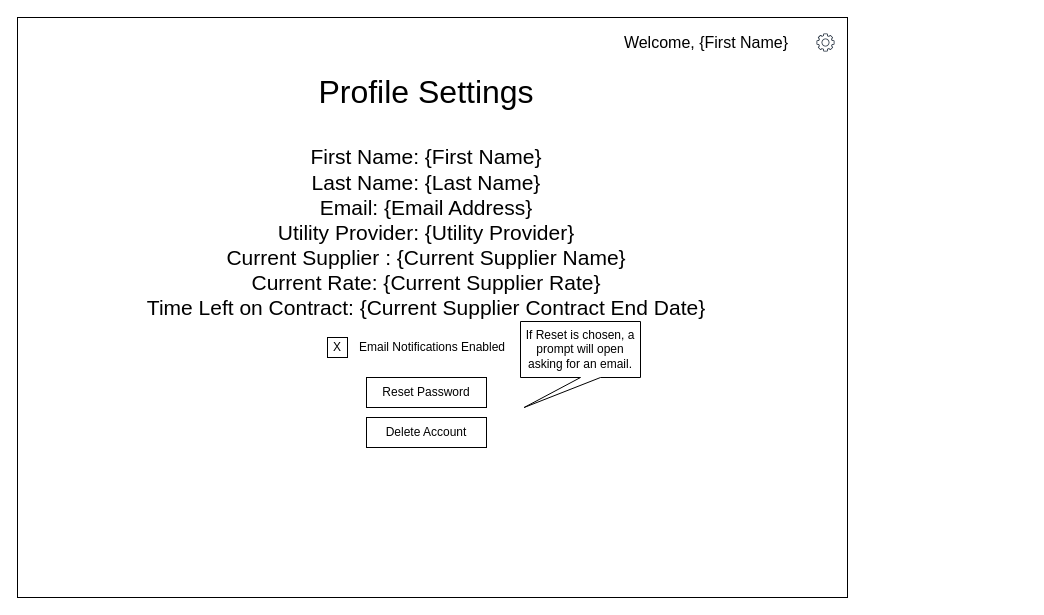
Before: page "Profile Settings" (7 of 8) of documentation/diagrams/Wireframes.drawio in PSUCapstone2023-Group1/Clean-Energy-PA, a draw.io diagram. Source tidied: cells renumbered, new cells numbered last; positions are measured from the earlier drawing's top-left corner, leaving out a move shared by most shapes. Both pictures are drawn from the tidied source at 100%, with x=0, y=0 at pixel (17, 17).
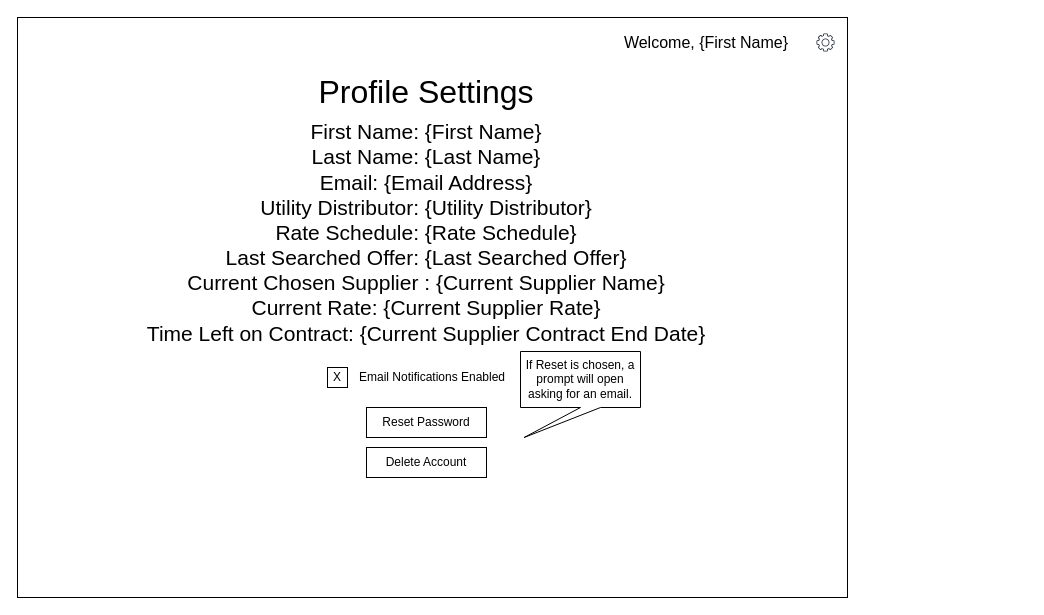
The same page after the edit.

Commit message (it also covers changes not shown here):
Update search, add cache modal, rate supplier modal, etc

The edit, as a diff of the source:
```diff
@@
 <mxGraphModel>
   <root>
     <mxCell id="0" />
     <mxCell id="1" parent="0" />
     <mxCell id="2" style="rounded=0;whiteSpace=wrap;html=1;" parent="1" vertex="1">
       <mxGeometry width="830" height="580" as="geometry" />
     </mxCell>
     <mxCell id="3" value="&lt;font style=&quot;font-size: 32px;&quot;&gt;Profile Settings&lt;/font&gt;" style="text;strokeColor=none;align=center;fillColor=none;html=1;verticalAlign=middle;whiteSpace=wrap;rounded=0;" parent="1" vertex="1">
       <mxGeometry x="89" y="60" width="640" height="30" as="geometry" />
     </mxCell>
     <mxCell id="4" value="Delete Account" style="rounded=0;whiteSpace=wrap;html=1;" parent="1" vertex="1">
-      <mxGeometry x="349" y="400" width="120" height="30" as="geometry" />
+      <mxGeometry x="349" y="430" width="120" height="30" as="geometry" />
     </mxCell>
     <mxCell id="5" style="sketch=0;fontColor=#232F3E;gradientColor=none;fillColor=#232F3D;strokeColor=none;dashed=0;verticalLabelPosition=bottom;verticalAlign=top;align=center;html=1;fontSize=12;fontStyle=0;shape=mxgraph.aws4.gear;" parent="1" vertex="1">
       <mxGeometry x="799" y="16" width="18" height="18" as="geometry" />
     </mxCell>
     <mxCell id="6" value="&lt;font style=&quot;font-size: 16px;&quot;&gt;Welcome, {First Name}&lt;/font&gt;" style="text;strokeColor=none;align=center;fillColor=none;html=1;verticalAlign=middle;whiteSpace=wrap;rounded=0;" parent="1" vertex="1">
       <mxGeometry x="369" y="10" width="640" height="30" as="geometry" />
     </mxCell>
-    <mxCell id="7" value="&lt;font style=&quot;font-size: 21px;&quot;&gt;First Name: {First Name}&lt;br&gt;Last Name: {Last Name}&lt;br&gt;Email: {Email Address}&lt;br&gt;Utility Provider: {Utility Provider}&lt;br&gt;Current Supplier : {Current Supplier Name}&lt;br&gt;Current Rate: {Current Supplier Rate}&lt;br&gt;Time Left on Contract: {Current Supplier Contract End Date}&lt;br&gt;&lt;/font&gt;" style="text;strokeColor=none;align=center;fillColor=none;html=1;verticalAlign=middle;whiteSpace=wrap;rounded=0;" parent="1" vertex="1">
+    <mxCell id="7" value="&lt;font style=&quot;font-size: 21px;&quot;&gt;First Name: {First Name}&lt;br&gt;Last Name: {Last Name}&lt;br&gt;Email: {Email Address}&lt;br&gt;Utility Distributor: {Utility Distributor}&lt;br&gt;Rate Schedule: {Rate Schedule}&lt;br&gt;Last Searched Offer: {Last Searched Offer}&lt;br&gt;Current Chosen Supplier : {Current Supplier Name}&lt;br&gt;Current Rate: {Current Supplier Rate}&lt;br&gt;Time Left on Contract: {Current Supplier Contract End Date}&lt;br&gt;&lt;/font&gt;" style="text;strokeColor=none;align=center;fillColor=none;html=1;verticalAlign=middle;whiteSpace=wrap;rounded=0;" parent="1" vertex="1">
       <mxGeometry x="89" y="200" width="640" height="30" as="geometry" />
     </mxCell>
     <mxCell id="8" style="rounded=0;whiteSpace=wrap;html=1;" parent="1" vertex="1">
-      <mxGeometry x="310" y="320" width="20" height="20" as="geometry" />
+      <mxGeometry x="310" y="350" width="20" height="20" as="geometry" />
     </mxCell>
     <mxCell id="9" value="X" style="text;strokeColor=none;align=center;fillColor=none;html=1;verticalAlign=middle;whiteSpace=wrap;rounded=0;" parent="1" vertex="1">
-      <mxGeometry x="310" y="320" width="20" height="20" as="geometry" />
+      <mxGeometry x="310" y="350" width="20" height="20" as="geometry" />
     </mxCell>
     <mxCell id="10" value="Email Notifications Enabled" style="text;strokeColor=none;align=center;fillColor=none;html=1;verticalAlign=middle;whiteSpace=wrap;rounded=0;" parent="1" vertex="1">
-      <mxGeometry x="327" y="315" width="176" height="30" as="geometry" />
+      <mxGeometry x="329" y="345" width="172" height="30" as="geometry" />
     </mxCell>
     <mxCell id="11" value="Reset Password" style="rounded=0;whiteSpace=wrap;html=1;" parent="1" vertex="1">
-      <mxGeometry x="349" y="360" width="120" height="30" as="geometry" />
+      <mxGeometry x="349" y="390" width="120" height="30" as="geometry" />
     </mxCell>
     <mxCell id="12" value="If Reset is chosen, a prompt will open asking for an email." style="shape=callout;whiteSpace=wrap;html=1;perimeter=calloutPerimeter;position2=0.03;" parent="1" vertex="1">
-      <mxGeometry x="503" y="304" width="120" height="86" as="geometry" />
+      <mxGeometry x="503" y="334" width="120" height="86" as="geometry" />
     </mxCell>
   </root>
 </mxGraphModel>
```
